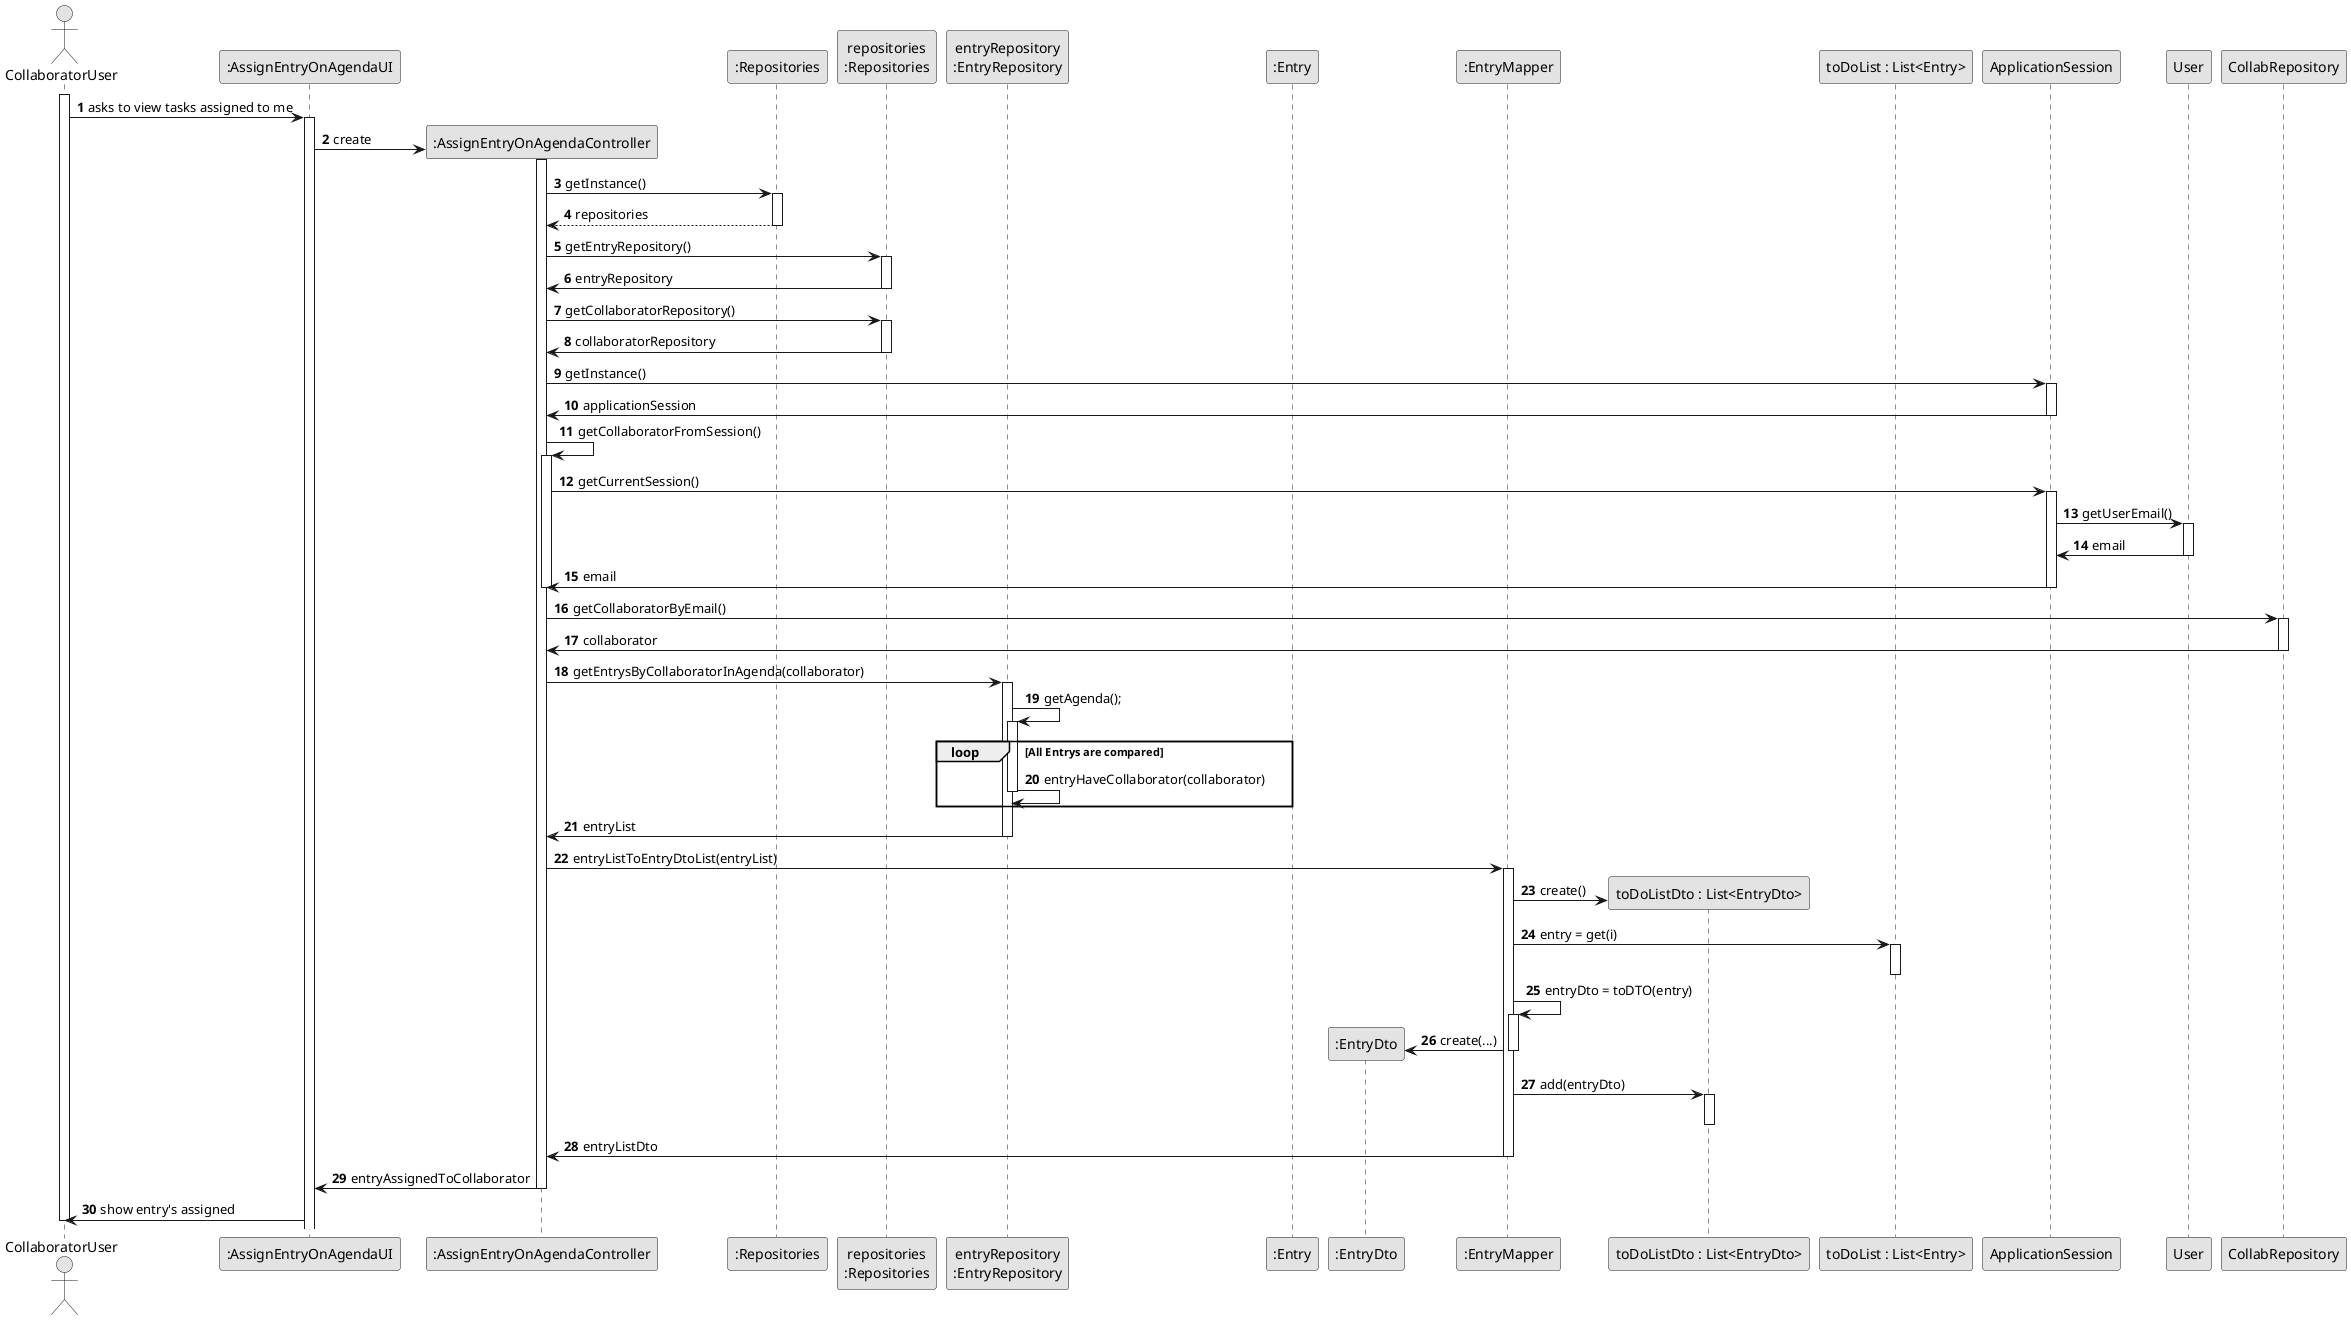
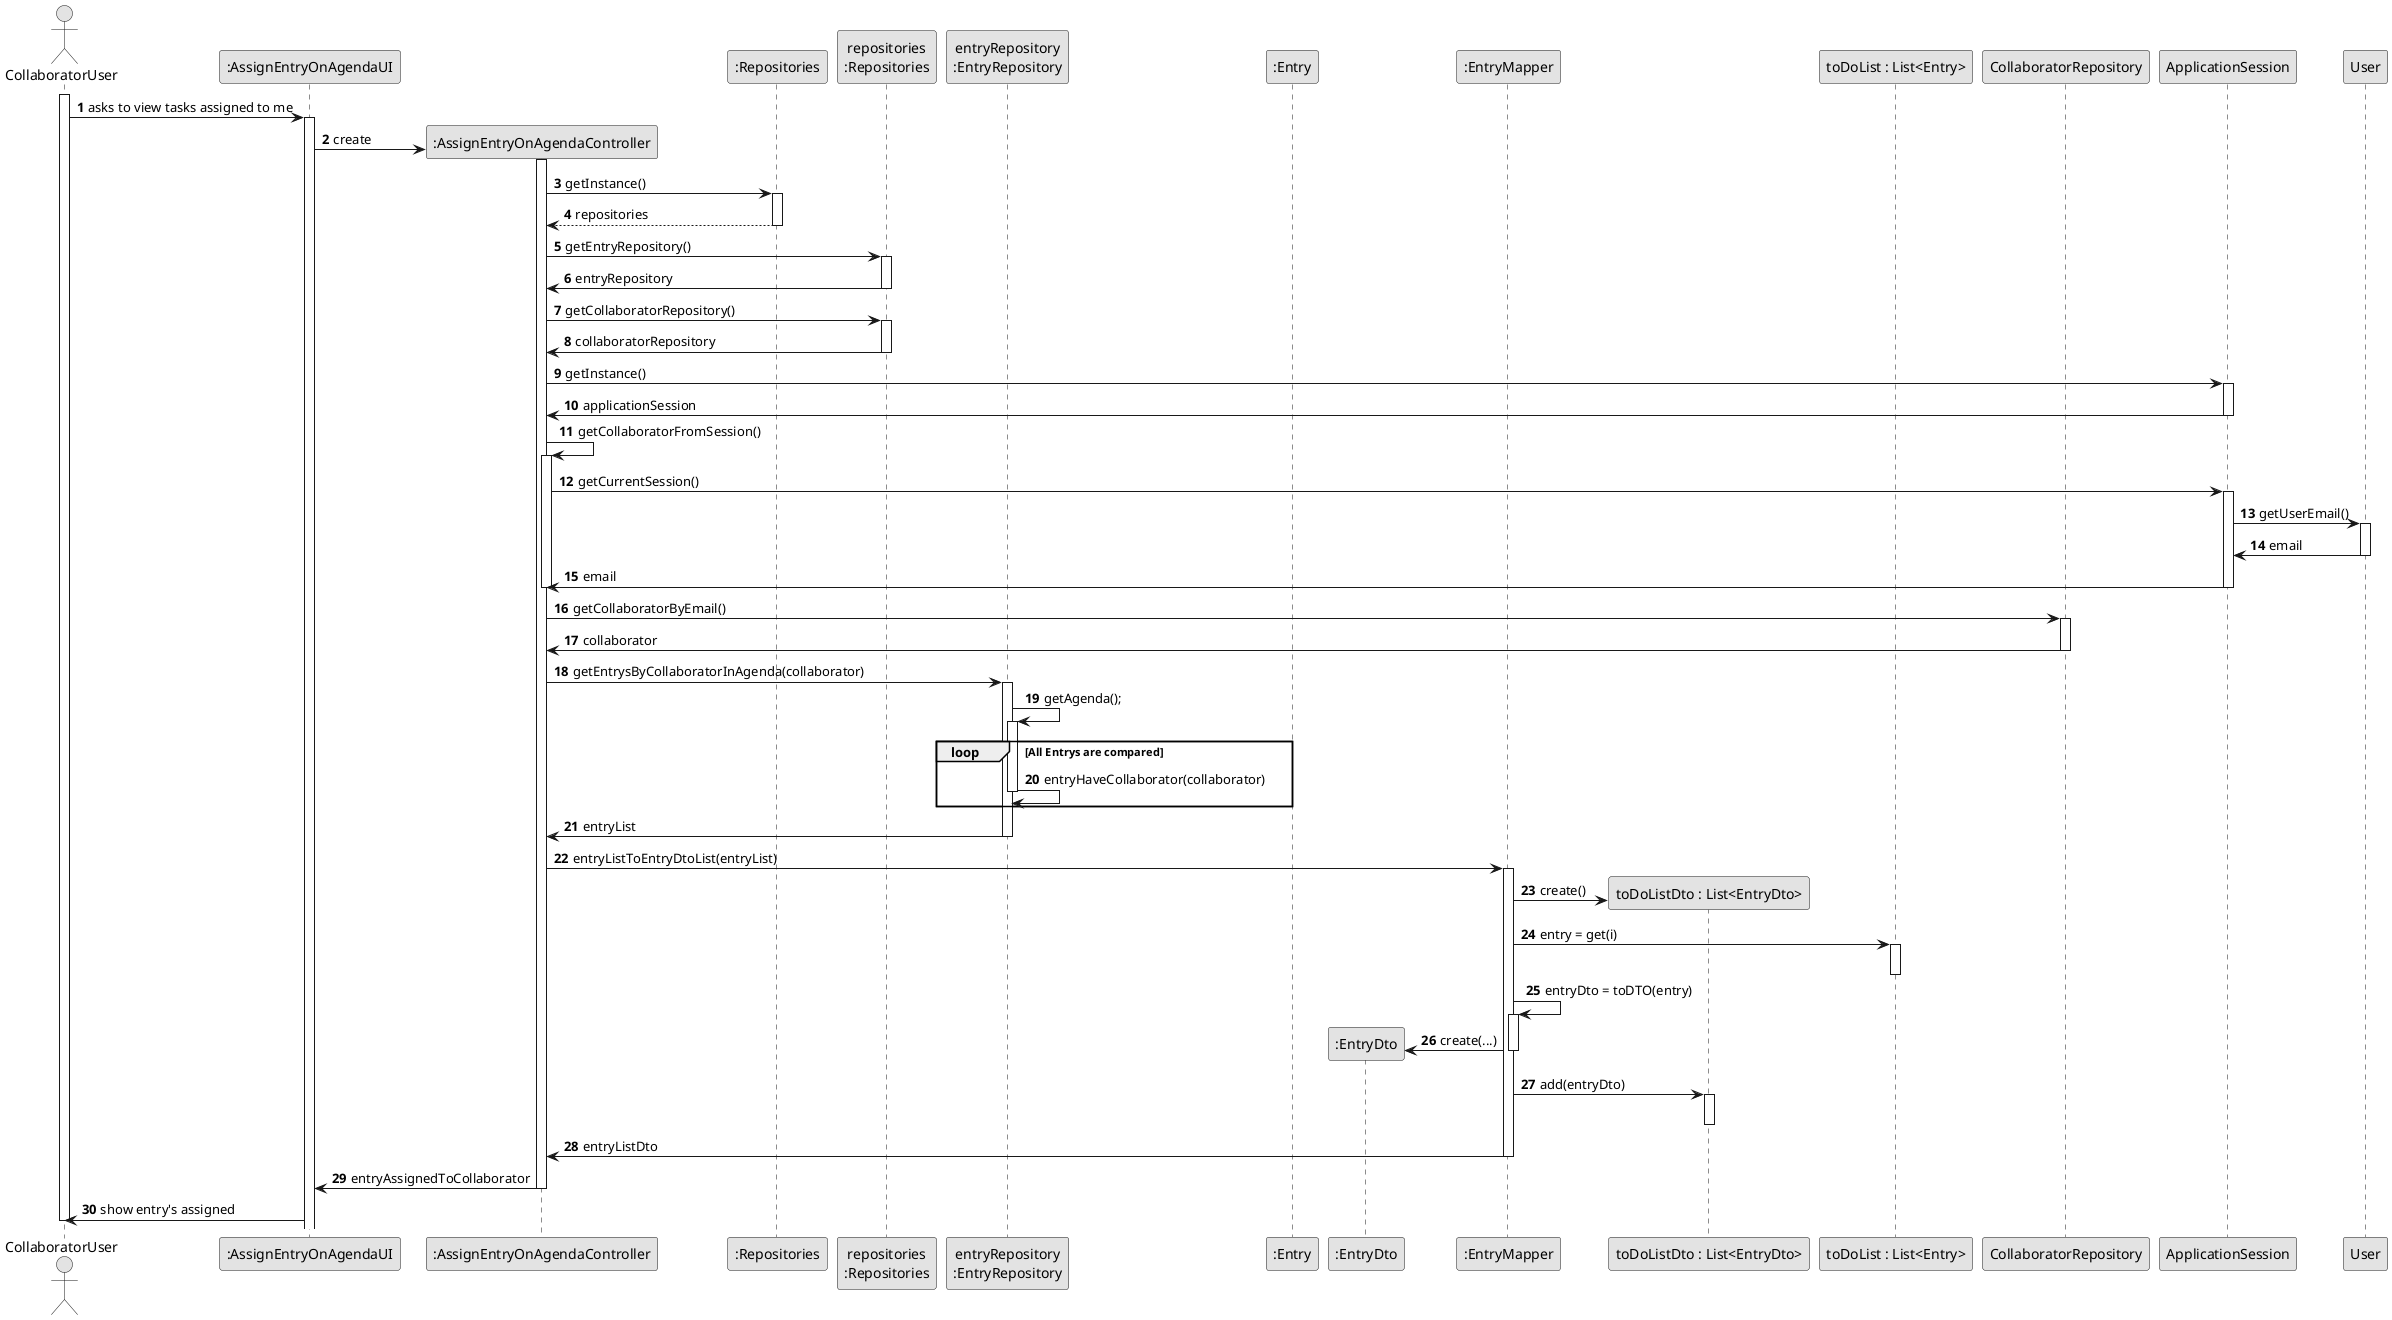
@startuml
skinparam monochrome true
skinparam packageStyle rectangle
skinparam shadowing false

autonumber

'hide footbox
actor "CollaboratorUser" as CollaboratorUser
participant ":AssignEntryOnAgendaUI" as UI
participant ":AssignEntryOnAgendaController" as CTRL
participant ":Repositories" as RepositorySingleton
participant "repositories\n:Repositories" as PLAT
participant "entryRepository\n:EntryRepository" as EntryRepository
participant ":Entry" as OBJ
participant ":EntryDto" as DTO
participant ":EntryMapper" as MAPPER
participant "toDoListDto : List<EntryDto>" as ListDTO
participant "toDoList : List<Entry>" as List
+ participant "CollaboratorRepository" as CollabRepository


activate CollaboratorUser

        CollaboratorUser -> UI : asks to view tasks assigned to me

        activate UI

'            UI --> CollaboratorUser : requests data (reference, description,  informal \n description, technical description, duration, cost)
            'create CTRL
            UI -> CTRL** : create
            activate CTRL

            CTRL -> RepositorySingleton : getInstance()
                                                    activate RepositorySingleton

                                                        RepositorySingleton --> CTRL: repositories
                                                    deactivate RepositorySingleton

                                                    CTRL -> PLAT : getEntryRepository()
                                                    activate PLAT

                                                    PLAT -> CTRL : entryRepository
                                                    deactivate PLAT

                                                     CTRL -> PLAT : getCollaboratorRepository()
                                                              activate PLAT

                                                    PLAT -> CTRL : collaboratorRepository
                                                                deactivate PLAT

                                                                CTRL -> ApplicationSession : getInstance()
                                                                                                                              activate ApplicationSession

                                                                                                                    ApplicationSession -> CTRL : applicationSession
                                                                                                                                deactivate ApplicationSession




            CTRL -> CTRL : getCollaboratorFromSession()
            activate CTRL

            CTRL -> ApplicationSession : getCurrentSession()
            activate ApplicationSession

            ApplicationSession -> User : getUserEmail()
            activate User

            User-> ApplicationSession : email
            deactivate User

            ApplicationSession -> CTRL : email
            deactivate ApplicationSession
            deactivate CTRL

            CTRL -> CollabRepository : getCollaboratorByEmail()
            activate CollabRepository

            CollabRepository -> CTRL : collaborator
            deactivate CollabRepository

            CTRL -> EntryRepository : getEntrysByCollaboratorInAgenda(collaborator)
            activate EntryRepository

            EntryRepository -> EntryRepository : getAgenda();
            activate EntryRepository

            loop All Entrys are compared
            EntryRepository -> EntryRepository : entryHaveCollaborator(collaborator)
            deactivate EntryRepository
            end

            EntryRepository -> CTRL : entryList
            deactivate EntryRepository

            CTRL -> MAPPER : entryListToEntryDtoList(entryList)
            activate MAPPER


            MAPPER -> ListDTO** : create()

                                                    MAPPER -> List : entry = get(i)
                                                    activate List
                                                    deactivate List

                                                    MAPPER -> MAPPER : entryDto = toDTO(entry)
                                                    activate MAPPER

                                                    MAPPER -> DTO**  : create(...)
                                                    deactivate MAPPER

                                                    MAPPER -> ListDTO : add(entryDto)
                                                    activate ListDTO
                                                    deactivate ListDTO

                                                    MAPPER -> CTRL : entryListDto
                                                    deactivate MAPPER


                                                    CTRL -> UI : entryAssignedToCollaborator
                                                    deactivate CTRL

                                                    UI -> CollaboratorUser : show entry's assigned


















deactivate CollaboratorUser

@enduml